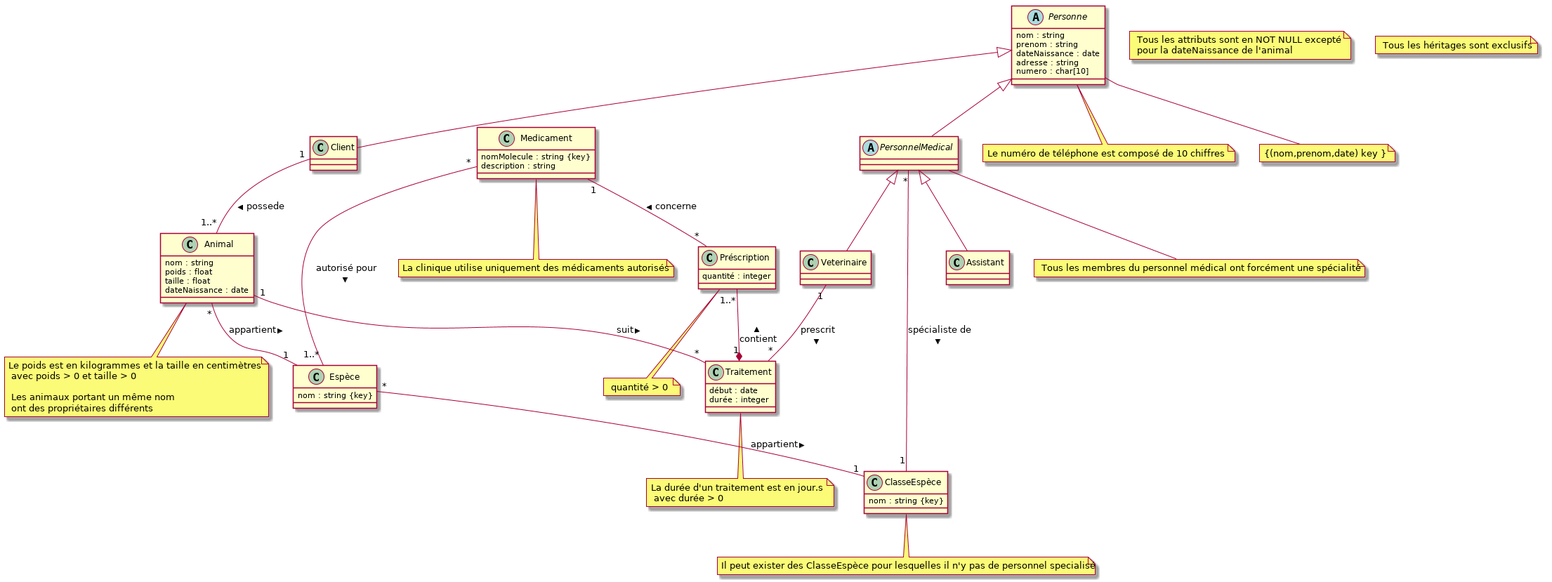
Above: clinique_uml_v1.png in giacat-tran0198/PHP_Veterinary_Clinic (PlantUML), before the change.
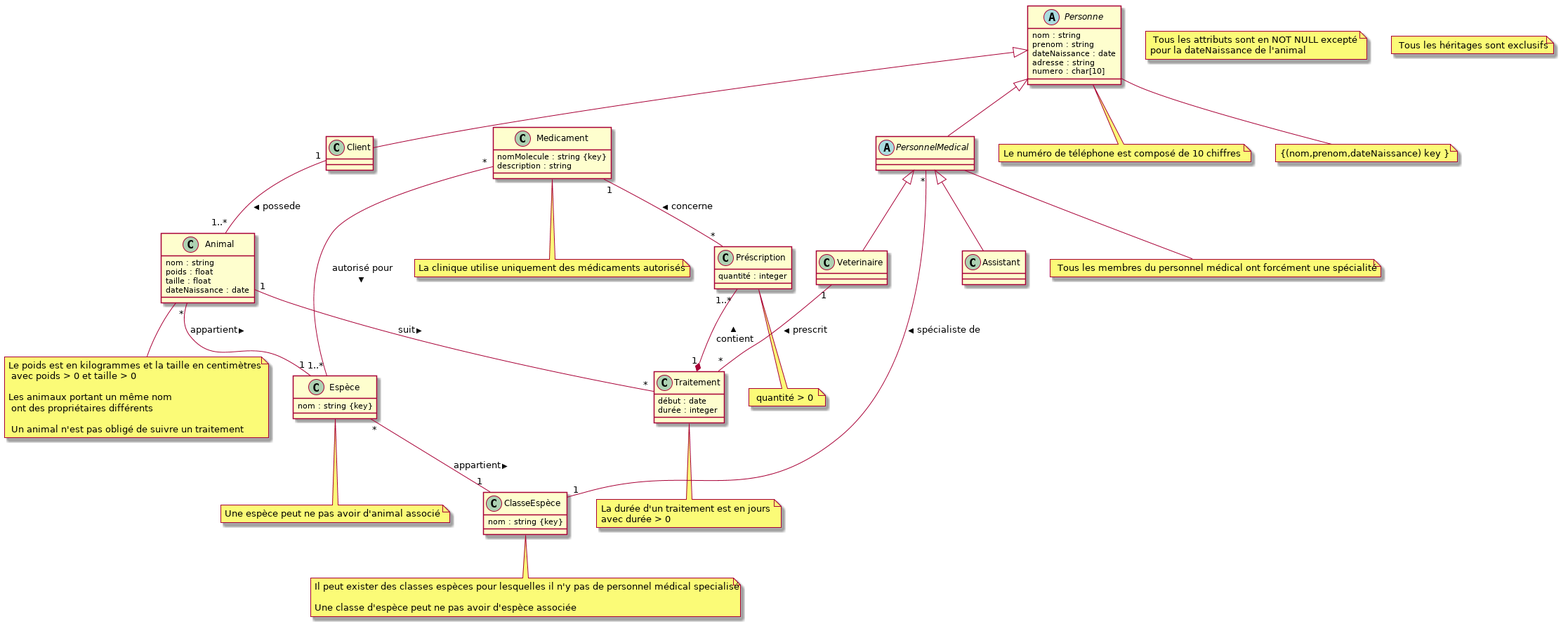
The same diagram one commit later.

Commit message:
"ajout de notes pour l'UML + correction"

Change to the diagram source:
```diff
@@ -77,15 +77,17 @@
 
 
 note "Le numéro de téléphone est composé de 10 chiffres " as N1
-note "Le poids est en kilogrammes et la taille en centimètres \n avec poids > 0 et taille > 0 \n\n Les animaux portant un même nom \n ont des propriétaires différents " as N2
-note "La durée d'un traitement est en jour.s \n avec durée > 0" as N3
-note "Il peut exister des ClasseEspèce pour lesquelles il n'y pas de personnel specialisé" as N5
+note "Le poids est en kilogrammes et la taille en centimètres \n avec poids > 0 et taille > 0 \n\nLes animaux portant un même nom \n ont des propriétaires différents \n\n Un animal n'est pas obligé de suivre un traitement" as N2
+note "La durée d'un traitement est en jours \navec durée > 0" as N3
+note "Il peut exister des classes espèces pour lesquelles il n'y pas de personnel médical specialisé \n\nUne classe d'espèce peut ne pas avoir d'espèce associée" as N5
 note "La clinique utilise uniquement des médicaments autorisés" as N6
-note  "{(nom,prenom,date) key }" as N7
+note  "{(nom,prenom,dateNaissance) key }" as N7
 note " quantité > 0 " as N8
-note " Tous les attributs sont en NOT NULL excepté \n pour la dateNaissance de l'animal " as N9
+note " Tous les attributs sont en NOT NULL excepté \npour la dateNaissance de l'animal " as N9
 note " Tous les héritages sont exclusifs" as N10
 note " Tous les membres du personnel médical ont forcément une spécialité" as N11
+note "Une espèce peut ne pas avoir d'animal associé " as N12
+
 
 Personne -- N1
 Animal -- N2
@@ -95,6 +97,7 @@
 Personne -- N7
 Préscription -- N8
 PersonnelMedical -- N11
+Espèce -- N12
 
 
 
```
